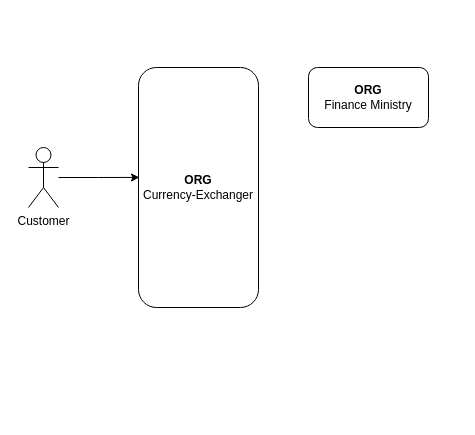
Before: currency-exchange.drawio in xack20/xack20, a draw.io diagram. Source tidied: cells renumbered, new cells numbered last; positions are measured from the earlier drawing's top-left corner, leaving out a move shared by most shapes. Both pictures are drawn from the tidied source at 100%, with x=0, y=0 at pixel (28, 67).
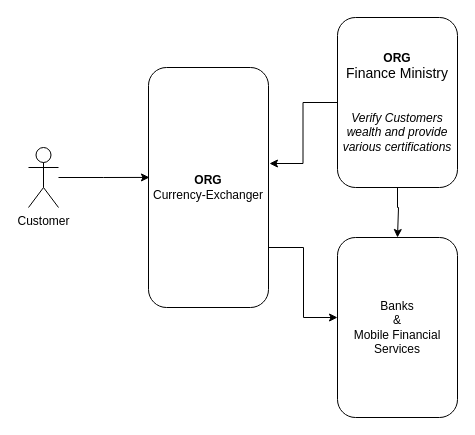
Above is the later version.

The edit, as a diff of the source:
```diff
@@
 <mxGraphModel>
   <root>
     <mxCell id="0" />
     <mxCell id="1" parent="0" />
     <mxCell id="2" style="edgeStyle=orthogonalEdgeStyle;rounded=0;jettySize=auto;html=1;entryX=0.008;entryY=0.458;entryDx=0;entryDy=0;entryPerimeter=0;" parent="1" edge="1" source="3" target="4">
       <mxGeometry relative="1" as="geometry" />
     </mxCell>
     <mxCell id="3" value="&lt;div&gt;Customer&lt;/div&gt;&lt;div&gt;&lt;br&gt;&lt;/div&gt;" style="shape=umlActor;verticalLabelPosition=bottom;verticalAlign=top;html=1;outlineConnect=0;" parent="1" vertex="1">
       <mxGeometry y="80" width="30" height="60" as="geometry" />
     </mxCell>
+    <mxCell id="6" style="edgeStyle=orthogonalEdgeStyle;rounded=0;jettySize=auto;html=1;" parent="1" edge="1" source="4" target="9">
+      <mxGeometry relative="1" as="geometry">
+        <Array as="points">
+          <mxPoint x="275" y="180" />
+          <mxPoint x="275" y="250" />
+        </Array>
+      </mxGeometry>
+    </mxCell>
     <mxCell id="4" value="&lt;b&gt;ORG&lt;/b&gt;&lt;br&gt;Currency-Exchanger" style="rounded=1;whiteSpace=wrap;html=1;" parent="1" vertex="1">
-      <mxGeometry x="110" width="120" height="240" as="geometry" />
+      <mxGeometry x="120" width="120" height="240" as="geometry" />
     </mxCell>
+    <mxCell id="7" style="edgeStyle=orthogonalEdgeStyle;rounded=0;jettySize=auto;html=1;entryX=1.008;entryY=0.4;entryDx=0;entryDy=0;entryPerimeter=0;" parent="1" edge="1" source="5" target="4">
+      <mxGeometry relative="1" as="geometry" />
+    </mxCell>
+    <mxCell id="8" style="edgeStyle=orthogonalEdgeStyle;rounded=0;jettySize=auto;html=1;entryX=0.5;entryY=0;entryDx=0;entryDy=0;" parent="1" edge="1" source="5" target="9">
+      <mxGeometry relative="1" as="geometry">
+        <Array as="points">
+          <mxPoint x="369" y="140" />
+          <mxPoint x="370" y="140" />
+        </Array>
+      </mxGeometry>
+    </mxCell>
-    <mxCell id="5" value="&lt;div&gt;&lt;b&gt;ORG&lt;/b&gt;&lt;br&gt;Finance Ministry&lt;/div&gt;" style="rounded=1;whiteSpace=wrap;html=1;" parent="1" vertex="1">
-      <mxGeometry x="280" width="120" height="60" as="geometry" />
+    <mxCell id="5" value="&lt;div&gt;&lt;b&gt;ORG&lt;/b&gt;&lt;br&gt;&lt;font style=&quot;font-size: 14px&quot;&gt;Finance Ministry&lt;/font&gt;&lt;/div&gt;&lt;br&gt;&lt;br&gt;&lt;div&gt;&lt;i&gt;Verify Customers wealth and provide various certifications&lt;/i&gt;&lt;/div&gt;" style="rounded=1;whiteSpace=wrap;html=1;" parent="1" vertex="1">
+      <mxGeometry x="309" y="-50" width="120" height="170" as="geometry" />
     </mxCell>
+    <mxCell id="9" value="&lt;div&gt;Banks&lt;/div&gt;&lt;div&gt;&amp;amp;&lt;/div&gt;&lt;div&gt;Mobile Financial Services&lt;br&gt;&lt;/div&gt;" style="rounded=1;whiteSpace=wrap;html=1;" parent="1" vertex="1">
+      <mxGeometry x="309" y="170" width="120" height="180" as="geometry" />
+    </mxCell>
   </root>
 </mxGraphModel>
```
